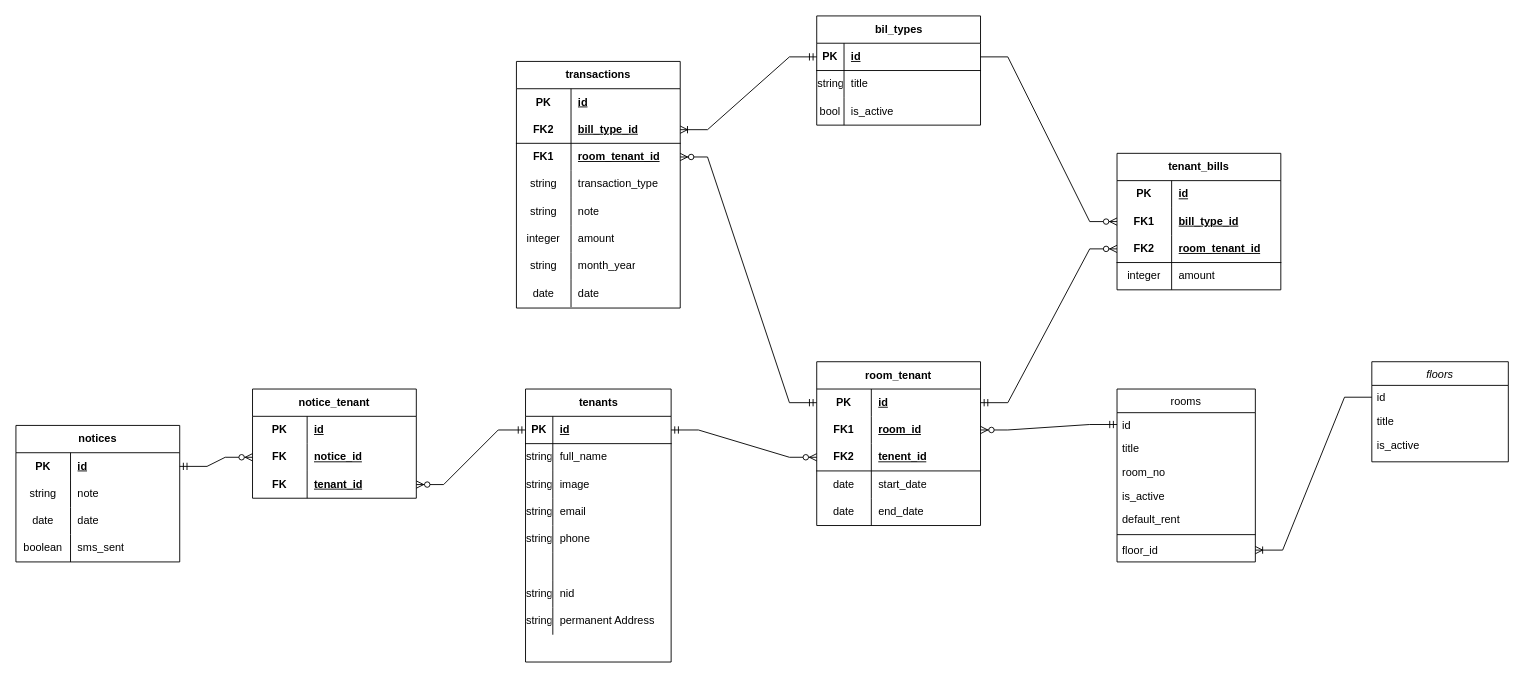
This is Untitled Diagram.drawio from grim-firefly/storage, a draw.io file, before an edit. Source tidied: cells renumbered, new cells numbered last; positions are measured from the earlier drawing's top-left corner, leaving out a move shared by most shapes. Both pictures are drawn from the tidied source at 91%, with x=0, y=0 at pixel (15, 15).
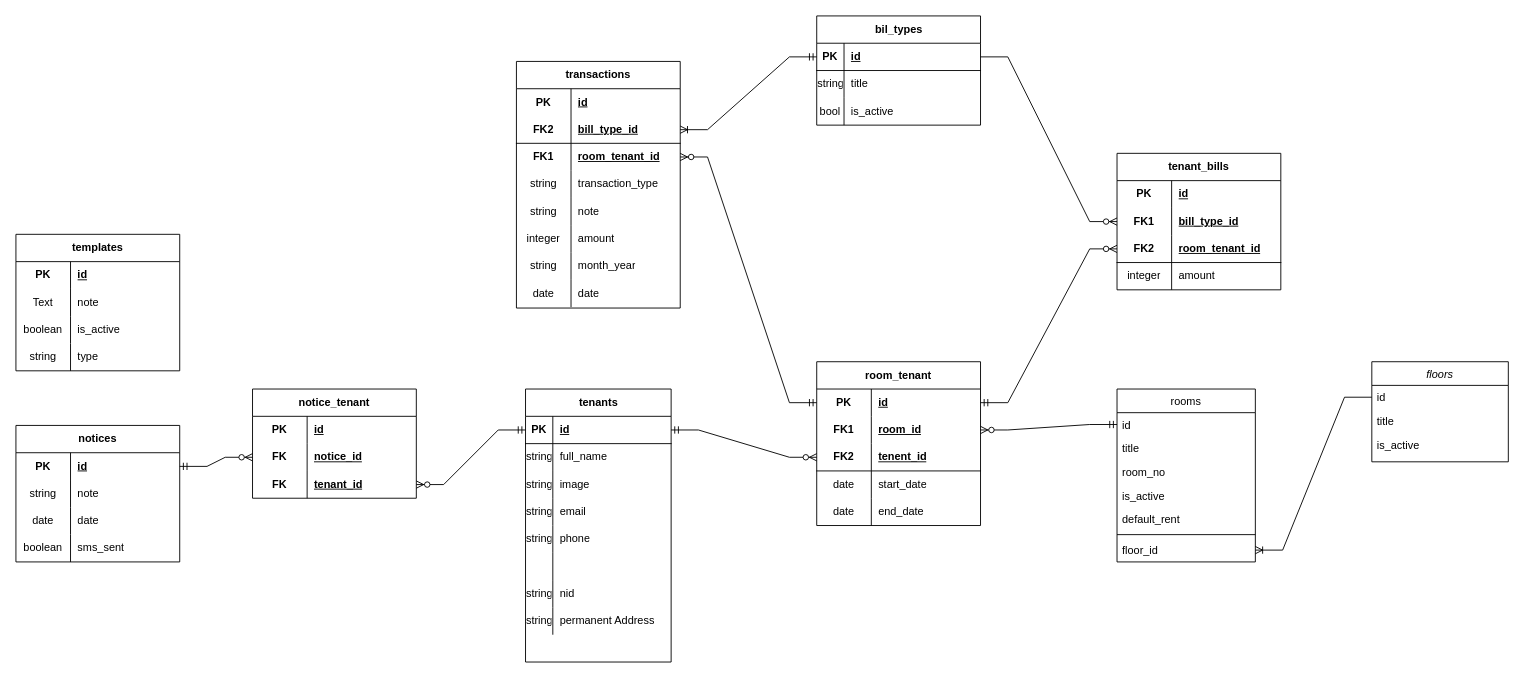
The same page after the edit.

Commit message:
Added SMS Templates

Diff of the diagram source:
```diff
@@
+    <mxCell id="135" value="templates" style="shape=table;startSize=30;childLayout=tableLayout;rowLines=0;fontStyle=1;align=center;html=1;whiteSpace=wrap;" parent="1" vertex="1">
+      <mxGeometry y="240" width="180" height="150" as="geometry" />
+    </mxCell>
+    <mxCell id="136" style="shape=tableRow;horizontal=0;startSize=0;swimlaneHead=0;swimlaneBody=0;fillColor=none;top=0;left=0;right=0;bottom=0;html=1;" parent="135" vertex="1">
+      <mxGeometry y="30" width="180" height="30" as="geometry" />
+    </mxCell>
+    <mxCell id="137" value="PK" style="shape=partialRectangle;fillColor=none;top=0;left=0;bottom=0;right=0;fontStyle=1;overflow=hidden;html=1;whiteSpace=wrap;" parent="136" vertex="1">
+      <mxGeometry width="60" height="30" as="geometry" />
+    </mxCell>
+    <mxCell id="138" value="id" style="shape=partialRectangle;fillColor=none;top=0;left=0;bottom=0;right=0;align=left;spacingLeft=6;fontStyle=5;overflow=hidden;html=1;whiteSpace=wrap;" parent="136" vertex="1">
+      <mxGeometry x="60" width="120" height="30" as="geometry" />
+    </mxCell>
+    <mxCell id="139" style="shape=tableRow;horizontal=0;startSize=0;swimlaneHead=0;swimlaneBody=0;fillColor=none;top=0;left=0;right=0;bottom=0;html=1;" parent="135" vertex="1">
+      <mxGeometry y="60" width="180" height="30" as="geometry" />
+    </mxCell>
+    <mxCell id="140" value="Text" style="shape=partialRectangle;fillColor=none;top=0;left=0;bottom=0;right=0;overflow=hidden;html=1;whiteSpace=wrap;" parent="139" vertex="1">
+      <mxGeometry width="60" height="30" as="geometry" />
+    </mxCell>
+    <mxCell id="141" value="note" style="shape=partialRectangle;fillColor=none;top=0;left=0;bottom=0;right=0;align=left;spacingLeft=6;overflow=hidden;html=1;whiteSpace=wrap;" parent="139" vertex="1">
+      <mxGeometry x="60" width="120" height="30" as="geometry" />
+    </mxCell>
+    <mxCell id="142" style="shape=tableRow;horizontal=0;startSize=0;swimlaneHead=0;swimlaneBody=0;fillColor=none;top=0;left=0;right=0;bottom=0;html=1;" parent="135" vertex="1">
+      <mxGeometry y="90" width="180" height="30" as="geometry" />
+    </mxCell>
+    <mxCell id="143" value="boolean" style="shape=partialRectangle;fillColor=none;top=0;left=0;bottom=0;right=0;overflow=hidden;html=1;whiteSpace=wrap;" parent="142" vertex="1">
+      <mxGeometry width="60" height="30" as="geometry" />
+    </mxCell>
+    <mxCell id="144" value="is_active" style="shape=partialRectangle;fillColor=none;top=0;left=0;bottom=0;right=0;align=left;spacingLeft=6;overflow=hidden;html=1;whiteSpace=wrap;" parent="142" vertex="1">
+      <mxGeometry x="60" width="120" height="30" as="geometry" />
+    </mxCell>
+    <mxCell id="145" style="shape=tableRow;horizontal=0;startSize=0;swimlaneHead=0;swimlaneBody=0;fillColor=none;top=0;left=0;right=0;bottom=0;html=1;" parent="135" vertex="1">
+      <mxGeometry y="120" width="180" height="30" as="geometry" />
+    </mxCell>
+    <mxCell id="146" value="string" style="shape=partialRectangle;fillColor=none;top=0;left=0;bottom=0;right=0;overflow=hidden;html=1;whiteSpace=wrap;" parent="145" vertex="1">
+      <mxGeometry width="60" height="30" as="geometry" />
+    </mxCell>
+    <mxCell id="147" value="type" style="shape=partialRectangle;fillColor=none;top=0;left=0;bottom=0;right=0;align=left;spacingLeft=6;overflow=hidden;html=1;whiteSpace=wrap;" parent="145" vertex="1">
+      <mxGeometry x="60" width="120" height="30" as="geometry" />
+    </mxCell>
```
